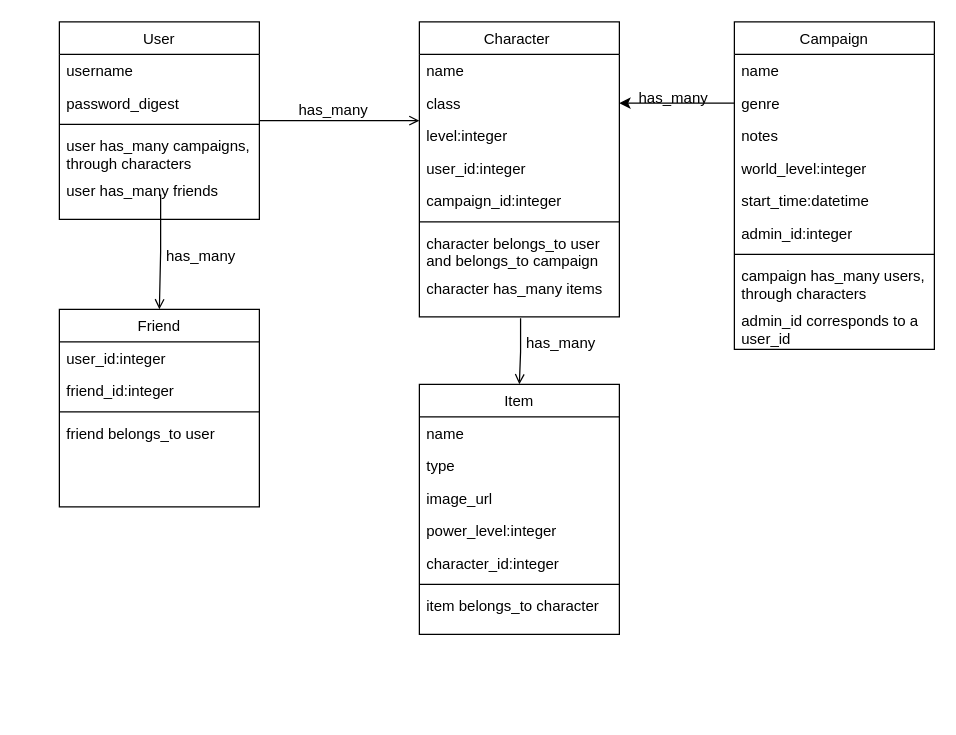
Before: database-diagram.drawio in Holden-VanKeyes/proj4, a draw.io diagram. Source tidied: cells renumbered, new cells numbered last; positions are measured from the earlier drawing's top-left corner, leaving out a move shared by most shapes. Both pictures are drawn from the tidied source at 125%, with x=0, y=0 at pixel (59, 21).
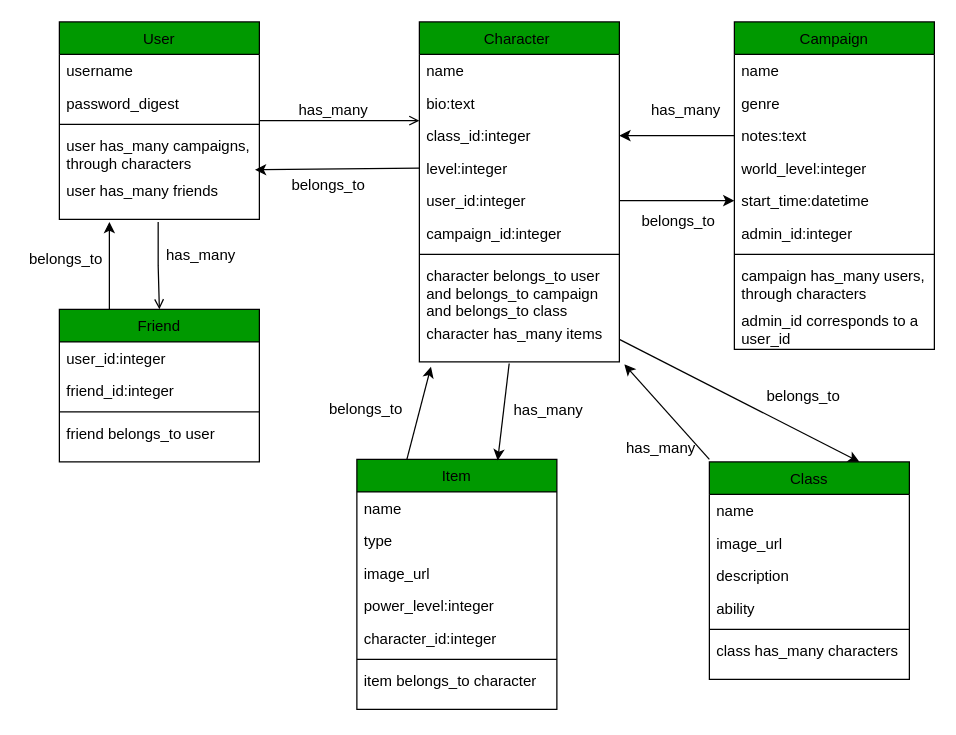
The same page after the edit.

Commit message:
actual finished diagram

The change refers to these unchanged cells:
```xml
<mxCell id="7" value="user has_many friends" style="text;align=left;verticalAlign=top;spacingLeft=4;spacingRight=4;overflow=hidden;points=[[0,0.5],[1,0.5]];portConstraint=eastwest;rounded=0;shadow=0;html=0;" parent="2" vertex="1">
  <mxGeometry y="122" width="160" height="36" as="geometry" />
</mxCell>
<mxCell id="17" style="endArrow=open;shadow=0;strokeWidth=1;rounded=0;endFill=1;edgeStyle=elbowEdgeStyle;elbow=vertical;" parent="1" edge="1" source="2" target="8">
  <mxGeometry x="0.5" y="41" relative="1" as="geometry">
    <mxPoint x="-40" y="32" as="offset" />
  </mxGeometry>
</mxCell>
<mxCell id="22" value="genre" style="text;align=left;verticalAlign=top;spacingLeft=4;spacingRight=4;overflow=hidden;points=[[0,0.5],[1,0.5]];portConstraint=eastwest;rounded=0;shadow=0;html=0;" parent="20" vertex="1">
  <mxGeometry y="52" width="160" height="26" as="geometry" />
</mxCell>
<mxCell id="25" value="start_time:datetime" style="text;align=left;verticalAlign=top;spacingLeft=4;spacingRight=4;overflow=hidden;points=[[0,0.5],[1,0.5]];portConstraint=eastwest;rounded=0;shadow=0;html=0;" parent="20" vertex="1">
  <mxGeometry y="130" width="160" height="26" as="geometry" />
</mxCell>
```

What changed in the source:
```diff
@@
-    <mxCell id="2" value="User" style="swimlane;fontStyle=0;align=center;verticalAlign=top;horizontal=1;startSize=26;rounded=0;shadow=0;strokeWidth=1;" parent="1" vertex="1">
+    <mxCell id="2" value="User" style="swimlane;fontStyle=0;align=center;verticalAlign=top;horizontal=1;startSize=26;rounded=0;shadow=0;strokeWidth=1;fillColor=#009900;" parent="1" vertex="1">
       <mxGeometry width="160" height="158" as="geometry" />
     </mxCell>
@@
-    <mxCell id="8" value="Character " style="swimlane;fontStyle=0;align=center;verticalAlign=top;horizontal=1;startSize=26;rounded=0;shadow=0;strokeWidth=1;" parent="1" vertex="1">
-      <mxGeometry x="288" width="160" height="236" as="geometry" />
+    <mxCell id="8" value="Character " style="swimlane;fontStyle=0;align=center;verticalAlign=top;horizontal=1;startSize=26;rounded=0;shadow=0;strokeWidth=1;fillColor=#009900;" parent="1" vertex="1">
+      <mxGeometry x="288" width="160" height="272" as="geometry" />
     </mxCell>
@@
+    <mxCell id="48" value="bio:text" style="text;align=left;verticalAlign=top;spacingLeft=4;spacingRight=4;overflow=hidden;" parent="8" vertex="1">
+      <mxGeometry y="52" width="160" height="26" as="geometry" />
+    </mxCell>
-    <mxCell id="10" value="class" style="text;align=left;verticalAlign=top;spacingLeft=4;spacingRight=4;overflow=hidden;points=[[0,0.5],[1,0.5]];portConstraint=eastwest;rounded=0;shadow=0;html=0;" parent="8" vertex="1">
-      <mxGeometry y="52" width="160" height="26" as="geometry" />
+    <mxCell id="10" value="class_id:integer" style="text;align=left;verticalAlign=top;spacingLeft=4;spacingRight=4;overflow=hidden;points=[[0,0.5],[1,0.5]];portConstraint=eastwest;rounded=0;shadow=0;html=0;" parent="8" vertex="1">
+      <mxGeometry y="78" width="160" height="26" as="geometry" />
     </mxCell>
     <mxCell id="11" value="level:integer" style="text;align=left;verticalAlign=top;spacingLeft=4;spacingRight=4;overflow=hidden;points=[[0,0.5],[1,0.5]];portConstraint=eastwest;rounded=0;shadow=0;html=0;" parent="8" vertex="1">
-      <mxGeometry y="78" width="160" height="26" as="geometry" />
+      <mxGeometry y="104" width="160" height="26" as="geometry" />
     </mxCell>
     <mxCell id="12" value="user_id:integer" style="text;align=left;verticalAlign=top;spacingLeft=4;spacingRight=4;overflow=hidden;points=[[0,0.5],[1,0.5]];portConstraint=eastwest;rounded=0;shadow=0;html=0;" parent="8" vertex="1">
-      <mxGeometry y="104" width="160" height="26" as="geometry" />
+      <mxGeometry y="130" width="160" height="26" as="geometry" />
     </mxCell>
     <mxCell id="13" value="campaign_id:integer" style="text;align=left;verticalAlign=top;spacingLeft=4;spacingRight=4;overflow=hidden;rounded=0;shadow=0;html=0;" parent="8" vertex="1">
-      <mxGeometry y="130" width="160" height="26" as="geometry" />
+      <mxGeometry y="156" width="160" height="26" as="geometry" />
     </mxCell>
     <mxCell id="14" style="line;html=1;strokeWidth=1;align=left;verticalAlign=middle;spacingTop=-1;spacingLeft=3;spacingRight=3;labelPosition=right;" parent="8" vertex="1">
-      <mxGeometry y="156" width="160" height="8" as="geometry" />
+      <mxGeometry y="182" width="160" height="8" as="geometry" />
     </mxCell>
-    <mxCell id="15" value="character belongs_to user&#10;and belongs_to campaign" style="text;align=left;verticalAlign=top;spacingLeft=4;spacingRight=4;overflow=hidden;rounded=0;shadow=0;html=0;" parent="8" vertex="1">
-      <mxGeometry y="164" width="160" height="36" as="geometry" />
+    <mxCell id="15" value="character belongs_to user&#10;and belongs_to campaign &#10;and belongs_to class" style="text;align=left;verticalAlign=top;spacingLeft=4;spacingRight=4;overflow=hidden;rounded=0;shadow=0;html=0;" parent="8" vertex="1">
+      <mxGeometry y="190" width="160" height="46" as="geometry" />
     </mxCell>
     <mxCell id="16" value="character has_many items" style="text;align=left;verticalAlign=top;spacingLeft=4;spacingRight=4;overflow=hidden;points=[[0,0.5],[1,0.5]];portConstraint=eastwest;rounded=0;shadow=0;html=0;" parent="8" vertex="1">
-      <mxGeometry y="200" width="160" height="36" as="geometry" />
+      <mxGeometry y="236" width="160" height="36" as="geometry" />
     </mxCell>
@@
     <mxCell id="19" value="has_many" style="text;html=1;align=center;verticalAlign=middle;labelBackgroundColor=none;rounded=0;shadow=0;strokeWidth=1;fontSize=12;" parent="17" vertex="1">
       <mxGeometry x="0.5" y="49" relative="1" as="geometry">
-        <mxPoint x="234" y="30" as="offset" />
+        <mxPoint x="244" y="40" as="offset" />
       </mxGeometry>
     </mxCell>
+    <mxCell id="49" value="has_many" style="text;html=1;align=center;verticalAlign=middle;labelBackgroundColor=none;rounded=0;shadow=0;strokeWidth=1;fontSize=12;" parent="17" vertex="1">
+      <mxGeometry x="0.5" y="49" relative="1" as="geometry">
+        <mxPoint x="134" y="280" as="offset" />
+      </mxGeometry>
+    </mxCell>
+    <mxCell id="50" value="has_many" style="text;html=1;align=center;verticalAlign=middle;labelBackgroundColor=none;rounded=0;shadow=0;strokeWidth=1;fontSize=12;" parent="17" vertex="1">
+      <mxGeometry x="0.5" y="49" relative="1" as="geometry">
+        <mxPoint x="224" y="310" as="offset" />
+      </mxGeometry>
+    </mxCell>
-    <mxCell id="20" value="Campaign" style="swimlane;fontStyle=0;align=center;verticalAlign=top;horizontal=1;startSize=26;rounded=0;shadow=0;strokeWidth=1;" parent="1" vertex="1">
+    <mxCell id="20" value="Campaign" style="swimlane;fontStyle=0;align=center;verticalAlign=top;horizontal=1;startSize=26;rounded=0;shadow=0;strokeWidth=1;fillColor=#009900;" parent="1" vertex="1">
       <mxGeometry x="540" width="160" height="262" as="geometry" />
     </mxCell>
@@
-    <mxCell id="23" value="notes" style="text;align=left;verticalAlign=top;spacingLeft=4;spacingRight=4;overflow=hidden;points=[[0,0.5],[1,0.5]];portConstraint=eastwest;rounded=0;shadow=0;html=0;" parent="20" vertex="1">
+    <mxCell id="23" value="notes:text" style="text;align=left;verticalAlign=top;spacingLeft=4;spacingRight=4;overflow=hidden;points=[[0,0.5],[1,0.5]];portConstraint=eastwest;rounded=0;shadow=0;html=0;" parent="20" vertex="1">
       <mxGeometry y="78" width="160" height="26" as="geometry" />
     </mxCell>
@@
-    <mxCell id="30" style="edgeStyle=none;html=1;exitX=0;exitY=0.5;exitDx=0;exitDy=0;entryX=1;entryY=0.5;entryDx=0;entryDy=0;" parent="1" edge="1" source="22" target="10">
+    <mxCell id="30" style="edgeStyle=none;html=1;exitX=0;exitY=0.5;exitDx=0;exitDy=0;entryX=1;entryY=0.5;entryDx=0;entryDy=0;" parent="1" edge="1" source="23" target="10">
       <mxGeometry relative="1" as="geometry" />
     </mxCell>
+    <mxCell id="51" style="edgeStyle=none;html=1;exitX=0.25;exitY=0;exitDx=0;exitDy=0;entryX=0.058;entryY=1.107;entryDx=0;entryDy=0;entryPerimeter=0;" parent="1" edge="1" source="31" target="16">
+      <mxGeometry relative="1" as="geometry" />
+    </mxCell>
-    <mxCell id="31" value="Item" style="swimlane;fontStyle=0;align=center;verticalAlign=top;horizontal=1;startSize=26;rounded=0;shadow=0;strokeWidth=1;" parent="1" vertex="1">
-      <mxGeometry x="288" y="290" width="160" height="200" as="geometry" />
+    <mxCell id="31" value="Item" style="swimlane;fontStyle=0;align=center;verticalAlign=top;horizontal=1;startSize=26;rounded=0;shadow=0;strokeWidth=1;fillColor=#009900;" parent="1" vertex="1">
+      <mxGeometry x="238" y="350" width="160" height="200" as="geometry" />
     </mxCell>
@@
-    <mxCell id="39" style="endArrow=open;shadow=0;strokeWidth=1;rounded=0;endFill=1;edgeStyle=elbowEdgeStyle;elbow=vertical;entryX=0.5;entryY=0;entryDx=0;entryDy=0;exitX=0.506;exitY=1.028;exitDx=0;exitDy=0;exitPerimeter=0;" parent="1" edge="1" source="16" target="31">
-      <mxGeometry x="0.5" y="41" relative="1" as="geometry">
-        <mxPoint x="-40" y="32" as="offset" />
-      </mxGeometry>
-    </mxCell>
-    <mxCell id="40" value="has_many" style="text;html=1;align=center;verticalAlign=middle;labelBackgroundColor=none;rounded=0;shadow=0;strokeWidth=1;fontSize=12;" parent="39" vertex="1">
-      <mxGeometry x="0.5" y="49" relative="1" as="geometry">
-        <mxPoint x="-17" y="-20" as="offset" />
-      </mxGeometry>
-    </mxCell>
+    <mxCell id="52" style="edgeStyle=none;html=1;exitX=0.25;exitY=0;exitDx=0;exitDy=0;" parent="1" edge="1" source="41">
+      <mxGeometry relative="1" as="geometry">
+        <mxPoint x="40" y="160" as="targetPoint" />
+      </mxGeometry>
+    </mxCell>
-    <mxCell id="41" value="Friend" style="swimlane;fontStyle=0;align=center;verticalAlign=top;horizontal=1;startSize=26;rounded=0;shadow=0;strokeWidth=1;" parent="1" vertex="1">
-      <mxGeometry y="230" width="160" height="158" as="geometry" />
+    <mxCell id="41" value="Friend" style="swimlane;fontStyle=0;align=center;verticalAlign=top;horizontal=1;startSize=26;rounded=0;shadow=0;strokeWidth=1;fillColor=#009900;" parent="1" vertex="1">
+      <mxGeometry y="230" width="160" height="122" as="geometry" />
     </mxCell>
@@
-    <mxCell id="46" style="endArrow=open;shadow=0;strokeWidth=1;rounded=0;endFill=1;edgeStyle=elbowEdgeStyle;elbow=vertical;entryX=0.5;entryY=0;entryDx=0;entryDy=0;exitX=0.506;exitY=1.028;exitDx=0;exitDy=0;exitPerimeter=0;" parent="1" edge="1" target="41">
+    <mxCell id="46" style="endArrow=open;shadow=0;strokeWidth=1;rounded=0;endFill=1;edgeStyle=elbowEdgeStyle;elbow=vertical;entryX=0.5;entryY=0;entryDx=0;entryDy=0;exitX=0.494;exitY=1.056;exitDx=0;exitDy=0;exitPerimeter=0;" parent="1" edge="1" source="7" target="41">
       <mxGeometry x="0.5" y="41" relative="1" as="geometry">
-        <mxPoint x="81" y="138" as="sourcePoint" />
         <mxPoint x="-40" y="32" as="offset" />
       </mxGeometry>
     </mxCell>
     <mxCell id="47" value="has_many" style="text;html=1;align=center;verticalAlign=middle;labelBackgroundColor=none;rounded=0;shadow=0;strokeWidth=1;fontSize=12;" parent="46" vertex="1">
       <mxGeometry x="0.5" y="49" relative="1" as="geometry">
-        <mxPoint x="-17" y="-20" as="offset" />
+        <mxPoint x="-17" y="-26" as="offset" />
       </mxGeometry>
     </mxCell>
+    <mxCell id="53" style="edgeStyle=none;html=1;entryX=1.025;entryY=1.056;entryDx=0;entryDy=0;entryPerimeter=0;" parent="1" edge="1" target="16">
+      <mxGeometry relative="1" as="geometry">
+        <mxPoint x="520" y="350" as="sourcePoint" />
+      </mxGeometry>
+    </mxCell>
+    <mxCell id="54" value="Class" style="swimlane;fontStyle=0;align=center;verticalAlign=top;horizontal=1;startSize=26;rounded=0;shadow=0;strokeWidth=1;fillColor=#009900;" parent="1" vertex="1">
+      <mxGeometry x="520" y="352" width="160" height="174" as="geometry" />
+    </mxCell>
+    <mxCell id="55" value="name" style="text;align=left;verticalAlign=top;spacingLeft=4;spacingRight=4;overflow=hidden;" parent="54" vertex="1">
+      <mxGeometry y="26" width="160" height="26" as="geometry" />
+    </mxCell>
+    <mxCell id="56" value="image_url" style="text;align=left;verticalAlign=top;spacingLeft=4;spacingRight=4;overflow=hidden;" parent="54" vertex="1">
+      <mxGeometry y="52" width="160" height="26" as="geometry" />
+    </mxCell>
+    <mxCell id="57" value="description" style="text;align=left;verticalAlign=top;spacingLeft=4;spacingRight=4;overflow=hidden;rounded=0;shadow=0;html=0;" parent="54" vertex="1">
+      <mxGeometry y="78" width="160" height="26" as="geometry" />
+    </mxCell>
+    <mxCell id="58" value="ability" style="text;align=left;verticalAlign=top;spacingLeft=4;spacingRight=4;overflow=hidden;rounded=0;shadow=0;html=0;" parent="54" vertex="1">
+      <mxGeometry y="104" width="160" height="26" as="geometry" />
+    </mxCell>
+    <mxCell id="59" style="line;html=1;strokeWidth=1;align=left;verticalAlign=middle;spacingTop=-1;spacingLeft=3;spacingRight=3;labelPosition=right;" parent="54" vertex="1">
+      <mxGeometry y="130" width="160" height="8" as="geometry" />
+    </mxCell>
+    <mxCell id="60" value="class has_many characters" style="text;align=left;verticalAlign=top;spacingLeft=4;spacingRight=4;overflow=hidden;rounded=0;shadow=0;html=0;" parent="54" vertex="1">
+      <mxGeometry y="138" width="160" height="36" as="geometry" />
+    </mxCell>
+    <mxCell id="61" style="edgeStyle=none;html=1;exitX=0;exitY=0.5;exitDx=0;exitDy=0;entryX=0.978;entryY=-0.102;entryDx=0;entryDy=0;entryPerimeter=0;" parent="1" edge="1" source="11" target="7">
+      <mxGeometry relative="1" as="geometry" />
+    </mxCell>
+    <mxCell id="62" value="belongs_to" style="text;html=1;align=center;verticalAlign=middle;strokeColor=none;fillColor=none;" parent="1" vertex="1">
+      <mxGeometry x="180" y="121" width="70" height="20" as="geometry" />
+    </mxCell>
+    <mxCell id="63" value="belongs_to" style="text;html=1;align=center;verticalAlign=middle;strokeColor=none;fillColor=none;" parent="1" vertex="1">
+      <mxGeometry x="-30" y="180" width="70" height="20" as="geometry" />
+    </mxCell>
+    <mxCell id="64" style="edgeStyle=none;html=1;" parent="1" edge="1" source="65">
+      <mxGeometry relative="1" as="geometry">
+        <mxPoint x="240" y="300" as="targetPoint" />
+      </mxGeometry>
+    </mxCell>
+    <mxCell id="65" value="belongs_to" style="text;html=1;align=center;verticalAlign=middle;points=[];strokeColor=none;fillColor=none;" parent="1" vertex="1">
+      <mxGeometry x="210" y="300" width="70" height="20" as="geometry" />
+    </mxCell>
+    <mxCell id="66" style="edgeStyle=none;html=1;exitX=1;exitY=0.5;exitDx=0;exitDy=0;entryX=0.75;entryY=0;entryDx=0;entryDy=0;" parent="1" edge="1" source="16" target="54">
+      <mxGeometry relative="1" as="geometry" />
+    </mxCell>
+    <mxCell id="67" value="belongs_to" style="text;html=1;align=center;verticalAlign=middle;strokeColor=none;fillColor=none;" parent="1" vertex="1">
+      <mxGeometry x="560" y="290" width="70" height="20" as="geometry" />
+    </mxCell>
+    <mxCell id="68" style="edgeStyle=none;html=1;exitX=1;exitY=0.5;exitDx=0;exitDy=0;entryX=0;entryY=0.5;entryDx=0;entryDy=0;" parent="1" edge="1" source="12" target="25">
+      <mxGeometry relative="1" as="geometry" />
+    </mxCell>
+    <mxCell id="69" value="belongs_to" style="text;html=1;align=center;verticalAlign=middle;strokeColor=none;fillColor=none;" parent="1" vertex="1">
+      <mxGeometry x="460" y="150" width="70" height="20" as="geometry" />
+    </mxCell>
+    <mxCell id="39" style="edgeStyle=none;html=1;exitX=0.449;exitY=1.037;exitDx=0;exitDy=0;entryX=0.704;entryY=0.004;entryDx=0;entryDy=0;entryPerimeter=0;exitPerimeter=0;" parent="1" edge="1" source="16" target="31">
+      <mxGeometry relative="1" as="geometry" />
+    </mxCell>
```
